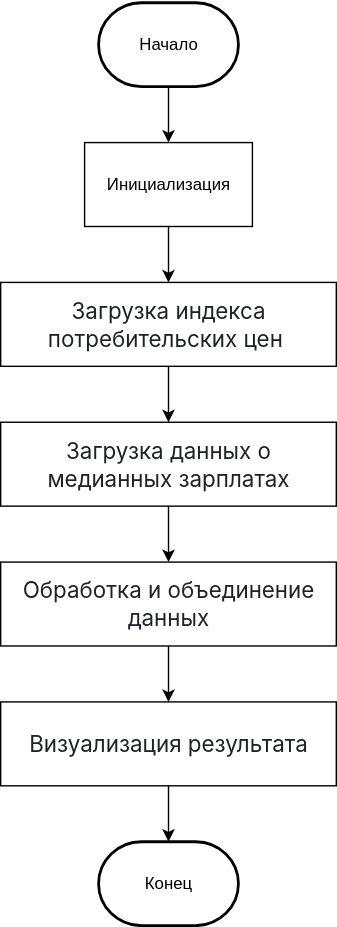
Before: flowchart.drawio.svg, a diagram exported from draw.io (miksoft-home/spark-developer-training). Source tidied: cells renumbered, new cells last; positions are measured from the earlier drawing's top-left corner, leaving out a move shared by most shapes.
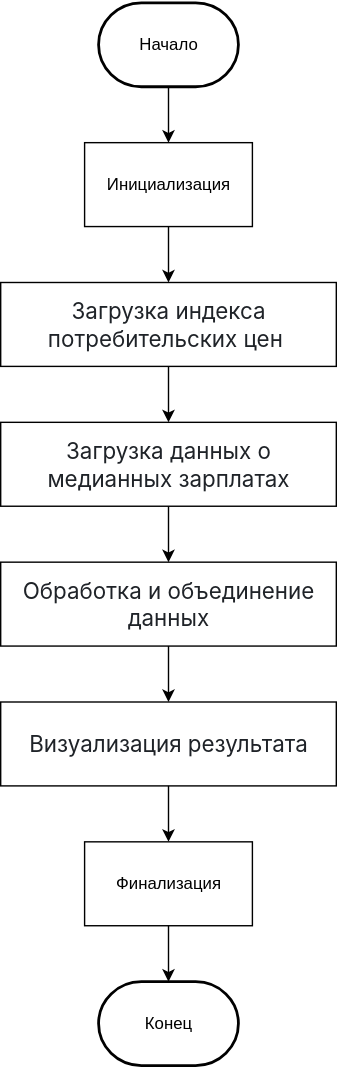
Above is the later version.

Diff of the diagram source:
```diff
@@ -9,7 +9,7 @@
       <mxGeometry x="70" width="100" height="60" as="geometry" />
     </mxCell>
     <mxCell id="4" value="Конец" style="strokeWidth=2;html=1;shape=mxgraph.flowchart.terminator;whiteSpace=wrap;" parent="1" vertex="1">
-      <mxGeometry x="70" y="600" width="100" height="60" as="geometry" />
+      <mxGeometry x="70" y="700" width="100" height="60" as="geometry" />
     </mxCell>
     <mxCell id="5" style="endArrow=classic;html=1;rounded=0;entryX=0.5;entryY=0;entryDx=0;entryDy=0;" parent="1" edge="1" source="3" target="2">
       <mxGeometry relative="1" as="geometry" />
@@ -40,8 +40,14 @@
     <mxCell id="13" style="endArrow=classic;html=1;rounded=0;entryX=0.5;entryY=0;entryDx=0;entryDy=0;" parent="1" edge="1" source="10" target="12">
       <mxGeometry relative="1" as="geometry" />
     </mxCell>
-    <mxCell id="14" style="endArrow=classic;html=1;rounded=0;entryX=0.5;entryY=0;entryDx=0;entryDy=0;entryPerimeter=0;" parent="1" edge="1" source="12" target="4">
+    <mxCell id="14" style="endArrow=classic;html=1;rounded=0;entryX=0.5;entryY=0;entryDx=0;entryDy=0;" parent="1" edge="1" source="12" target="15">
       <mxGeometry relative="1" as="geometry" />
     </mxCell>
+    <mxCell id="15" value="Финализация" style="rounded=0;whiteSpace=wrap;html=1;" parent="1" vertex="1">
+      <mxGeometry x="60" y="600" width="120" height="60" as="geometry" />
+    </mxCell>
+    <mxCell id="16" style="endArrow=classic;html=1;rounded=0;" parent="1" edge="1" source="15" target="4">
+      <mxGeometry relative="1" as="geometry" />
+    </mxCell>
   </root>
 </mxGraphModel>
```
